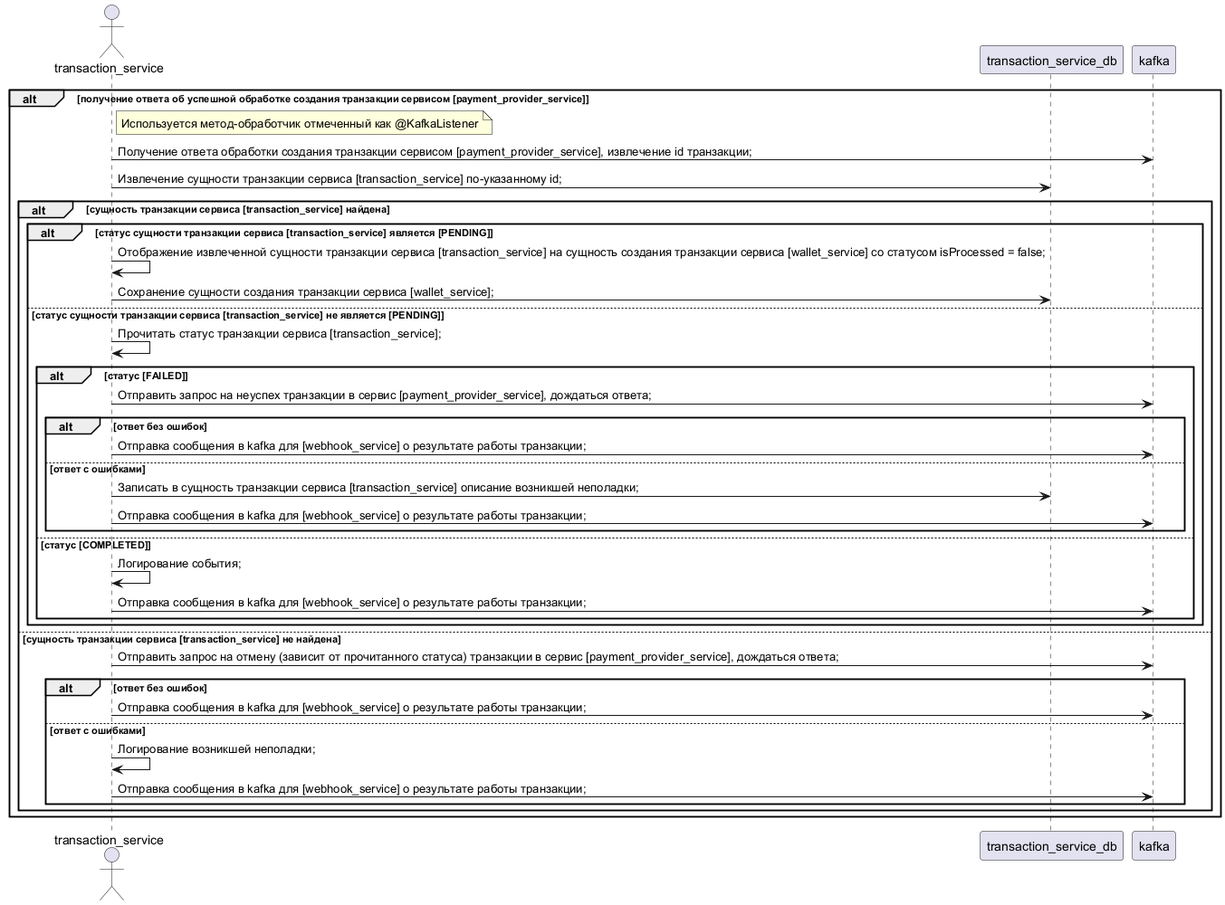
Before: diagrams/transaction-service-interaction/create-transaction/step_3_handle_success_response_create_transaction_on_payment_provider_service_uml.png, a diagram exported from PlantUML (U-235-92/payment-system).
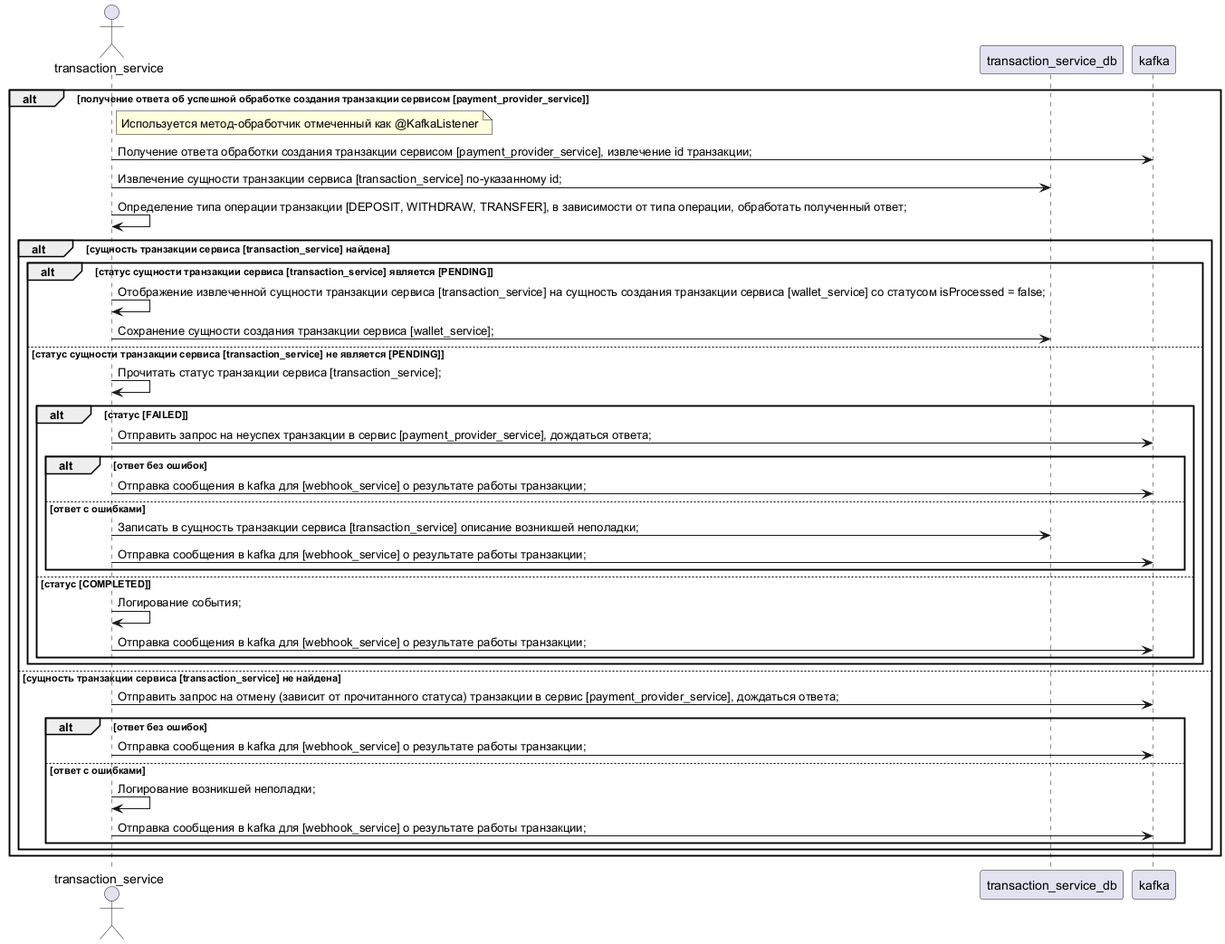
After the commit.

Commit message:
Module #5. V13_09_2026. Update [diagrams]. Update diagrams. Update steps 3-5 of [create-transaction] flow.

Diff of the diagram source:
```diff
@@ -10,6 +10,7 @@
 	end note
 	transaction_service -> kafka : Получение ответа обработки создания транзакции сервисом [payment_provider_service], извлечение id транзакции;
 	transaction_service -> transaction_service_db : Извлечение сущности транзакции сервиса [transaction_service] по-указанному id;
+	transaction_service -> transaction_service : Определение типа операции транзакции [DEPOSIT, WITHDRAW, TRANSFER], в зависимости от типа операции, обработать полученный ответ;
 	alt сущность транзакции сервиса [transaction_service] найдена
 		alt статус сущности транзакции сервиса [transaction_service] является [PENDING]
 			transaction_service -> transaction_service : Отображение извлеченной сущности транзакции сервиса [transaction_service] на сущность создания транзакции сервиса [wallet_service] со статусом isProcessed = false;
```
